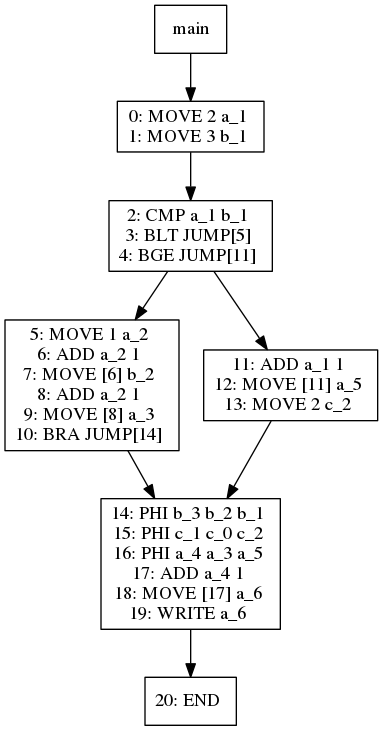
jiahanwang/PL241-Compiler keeps this Graphviz diagram as viz/test012.dot.png. Above is the earlier version. Its source is kept beside it as viz/test012.dot.
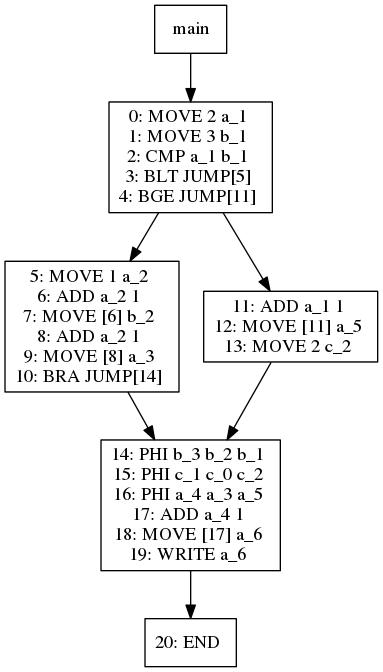
After the change.

What changed in the source:
```diff
@@ -4,13 +4,11 @@
 1 -> 3
 3[label="0: MOVE 2 a_1
 1: MOVE 3 b_1
-"]
-3 -> 5
-5[label="2: CMP a_1 b_1
+2: CMP a_1 b_1
 3: BLT JUMP[5]
 4: BGE JUMP[11]
 "]
-5 -> 7
+3 -> 7
 7[label="5: MOVE 1 a_2
 6: ADD a_2 1
 7: MOVE [6] b_2
@@ -29,7 +27,7 @@
 6 -> 14
 14[label="20: END
 "]
-5 -> 10
+3 -> 10
 10[label="11: ADD a_1 1
 12: MOVE [11] a_5
 13: MOVE 2 c_2
```
